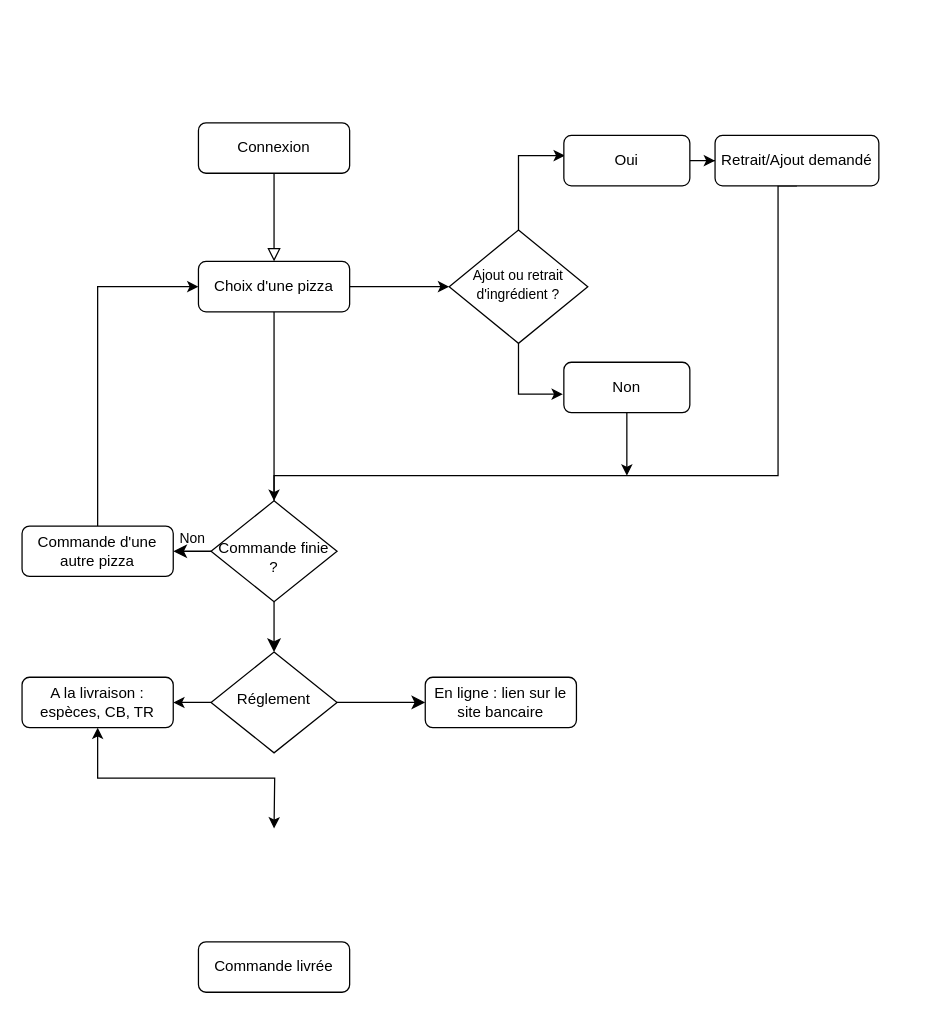
The draw.io diagram Untitled Diagram.drawio in OMorlotti/P4-analyser-les-besoin-de-mon-client-pour-son-groupe-de-pizzerias, before the edit. Source tidied: cells renumbered, new cells numbered last; positions are measured from the earlier drawing's top-left corner, leaving out a move shared by most shapes. Both pictures are drawn from the tidied source at 126%, with x=0, y=0 at pixel (21, 122).
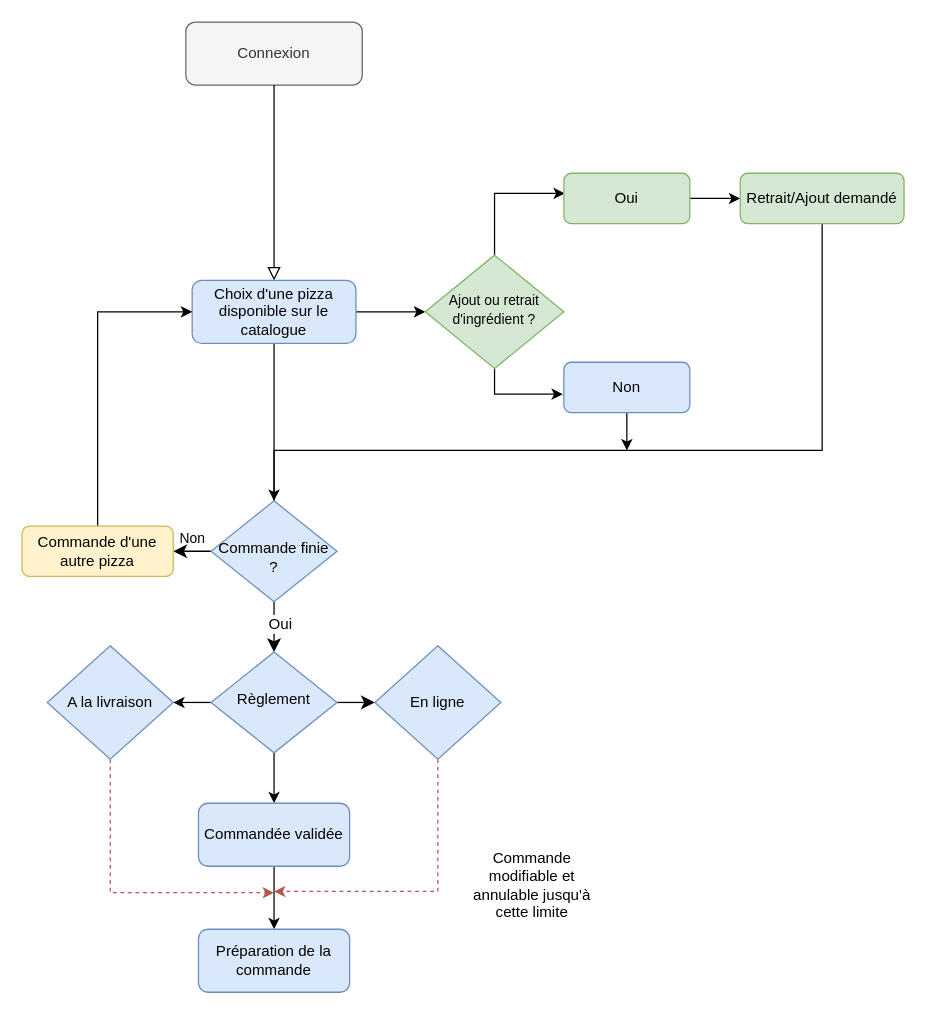
After the change.

Unchanged cells that the change refers to:
```xml
<mxCell id="5" style="rounded=0;html=1;jettySize=auto;fontSize=11;endArrow=classic;endFill=1;endSize=8;strokeWidth=1;shadow=0;labelBackgroundColor=none;edgeStyle=orthogonalEdgeStyle;" parent="1" edge="1" source="7" target="12">
  <mxGeometry y="20" relative="1" as="geometry" />
</mxCell>
```

What changed in the source:
```diff
@@
-    <mxCell id="4" value="Choix d'une pizza" style="rounded=1;whiteSpace=wrap;html=1;fontSize=12;glass=0;strokeWidth=1;shadow=0;" parent="1" vertex="1">
-      <mxGeometry x="140" y="110" width="120" height="40" as="geometry" />
+    <mxCell id="4" value="Choix d'une pizza disponible sur le catalogue" style="rounded=1;whiteSpace=wrap;html=1;fontSize=12;glass=0;strokeWidth=1;shadow=0;fillColor=#dae8fc;strokeColor=#6c8ebf;" parent="1" vertex="1">
+      <mxGeometry x="135" y="125" width="130" height="50" as="geometry" />
     </mxCell>
@@
+    <mxCell id="28" value="Oui&lt;br&gt;" style="text;html=1;align=center;verticalAlign=middle;labelBackgroundColor=#ffffff;" parent="5" vertex="1">
+      <mxGeometry x="-0.15" y="4" relative="1" as="geometry" />
+    </mxCell>
@@
-    <mxCell id="7" value="&lt;br&gt;Commande finie ?" style="rhombus;whiteSpace=wrap;html=1;shadow=0;fontFamily=Helvetica;fontSize=12;align=center;strokeWidth=1;spacing=6;spacingTop=-4;" parent="1" vertex="1">
+    <mxCell id="7" value="&lt;br&gt;Commande finie ?" style="rhombus;whiteSpace=wrap;html=1;shadow=0;fontFamily=Helvetica;fontSize=12;align=center;strokeWidth=1;spacing=6;spacingTop=-4;fillColor=#dae8fc;strokeColor=#6c8ebf;" parent="1" vertex="1">
       <mxGeometry x="150" y="300" width="100" height="80" as="geometry" />
     </mxCell>
@@
-    <mxCell id="9" value="Commande d'une autre pizza" style="rounded=1;whiteSpace=wrap;html=1;fontSize=12;glass=0;strokeWidth=1;shadow=0;" parent="1" vertex="1">
+    <mxCell id="9" value="Commande d'une autre pizza" style="rounded=1;whiteSpace=wrap;html=1;fontSize=12;glass=0;strokeWidth=1;shadow=0;fillColor=#fff2cc;strokeColor=#d6b656;" parent="1" vertex="1">
       <mxGeometry y="320" width="120" height="40" as="geometry" />
     </mxCell>
-    <mxCell id="10" style="edgeStyle=orthogonalEdgeStyle;rounded=0;html=1;jettySize=auto;fontSize=11;endArrow=classic;endFill=1;endSize=8;strokeWidth=1;shadow=0;labelBackgroundColor=none;" parent="1" edge="1" source="12" target="14">
-      <mxGeometry y="10" relative="1" as="geometry" />
+    <mxCell id="10" style="edgeStyle=orthogonalEdgeStyle;rounded=0;html=1;jettySize=auto;fontSize=11;endArrow=classic;endFill=1;endSize=8;strokeWidth=1;shadow=0;labelBackgroundColor=none;" parent="1" edge="1" source="12">
+      <mxGeometry y="10" relative="1" as="geometry">
+        <mxPoint x="280" y="460" as="targetPoint" />
+      </mxGeometry>
     </mxCell>
-    <mxCell id="11" style="edgeStyle=orthogonalEdgeStyle;rounded=0;jettySize=auto;html=1;entryX=1;entryY=0.5;entryDx=0;entryDy=0;" parent="1" edge="1" source="12" target="24">
-      <mxGeometry relative="1" as="geometry" />
+    <mxCell id="11" style="edgeStyle=orthogonalEdgeStyle;rounded=0;jettySize=auto;html=1;entryX=1;entryY=0.5;entryDx=0;entryDy=0;" parent="1" edge="1" source="12">
+      <mxGeometry relative="1" as="geometry">
+        <mxPoint x="120" y="460" as="targetPoint" />
+      </mxGeometry>
     </mxCell>
+    <mxCell id="29" style="edgeStyle=orthogonalEdgeStyle;rounded=0;jettySize=auto;html=1;" parent="1" edge="1" source="12" target="32">
+      <mxGeometry relative="1" as="geometry" />
+    </mxCell>
-    <mxCell id="12" value="Réglement" style="rhombus;whiteSpace=wrap;html=1;shadow=0;fontFamily=Helvetica;fontSize=12;align=center;strokeWidth=1;spacing=6;spacingTop=-4;" parent="1" vertex="1">
+    <mxCell id="12" value="Règlement" style="rhombus;whiteSpace=wrap;html=1;shadow=0;fontFamily=Helvetica;fontSize=12;align=center;strokeWidth=1;spacing=6;spacingTop=-4;fillColor=#dae8fc;strokeColor=#6c8ebf;" parent="1" vertex="1">
       <mxGeometry x="150" y="420" width="100" height="80" as="geometry" />
     </mxCell>
-    <mxCell id="13" value="Commande livrée" style="rounded=1;whiteSpace=wrap;html=1;fontSize=12;glass=0;strokeWidth=1;shadow=0;" parent="1" vertex="1">
-      <mxGeometry x="140" y="650" width="120" height="40" as="geometry" />
-    </mxCell>
-    <mxCell id="14" value="En ligne : lien sur le site bancaire" style="rounded=1;whiteSpace=wrap;html=1;fontSize=12;glass=0;strokeWidth=1;shadow=0;" parent="1" vertex="1">
-      <mxGeometry x="320" y="440" width="120" height="40" as="geometry" />
-    </mxCell>
-    <mxCell id="15" value="Connexion" style="rounded=1;whiteSpace=wrap;html=1;fontSize=12;glass=0;strokeWidth=1;shadow=0;" parent="1" vertex="1">
-      <mxGeometry x="140" width="120" height="40" as="geometry" />
+    <mxCell id="15" value="Connexion" style="rounded=1;whiteSpace=wrap;html=1;fontSize=12;glass=0;strokeWidth=1;shadow=0;fillColor=#f5f5f5;strokeColor=#666666;fontColor=#333333;" parent="1" vertex="1">
+      <mxGeometry x="130" y="-80" width="140" height="50" as="geometry" />
     </mxCell>
@@
-    <mxCell id="19" value="&lt;font style=&quot;font-size: 11px&quot;&gt;Ajout ou retrait d'ingrédient ?&lt;/font&gt;" style="rhombus;whiteSpace=wrap;html=1;shadow=0;fontFamily=Helvetica;fontSize=12;align=center;strokeWidth=1;spacing=6;spacingTop=-4;" parent="1" vertex="1">
-      <mxGeometry x="339" y="85" width="110" height="90" as="geometry" />
+    <mxCell id="19" value="&lt;font style=&quot;font-size: 11px&quot;&gt;Ajout ou retrait d'ingrédient ?&lt;/font&gt;" style="rhombus;whiteSpace=wrap;html=1;shadow=0;fontFamily=Helvetica;fontSize=12;align=center;strokeWidth=1;spacing=6;spacingTop=-4;fillColor=#d5e8d4;strokeColor=#82b366;" parent="1" vertex="1">
+      <mxGeometry x="320" y="105" width="110" height="90" as="geometry" />
     </mxCell>
@@
     <mxCell id="21" style="edgeStyle=orthogonalEdgeStyle;rounded=0;jettySize=auto;html=1;exitX=0.5;exitY=1;exitDx=0;exitDy=0;entryX=0.5;entryY=0;entryDx=0;entryDy=0;endArrow=classic;endFill=1;" parent="1" edge="1" source="22" target="7">
       <mxGeometry relative="1" as="geometry">
         <Array as="points">
-          <mxPoint x="600" y="50" />
-          <mxPoint x="600" y="280" />
-          <mxPoint x="200" y="280" />
+          <mxPoint x="635" y="260" />
+          <mxPoint x="200" y="260" />
         </Array>
       </mxGeometry>
     </mxCell>
-    <mxCell id="22" value="Retrait/Ajout demandé" style="rounded=1;whiteSpace=wrap;html=1;fontSize=12;glass=0;strokeWidth=1;shadow=0;" parent="1" vertex="1">
-      <mxGeometry x="550" y="10" width="130" height="40" as="geometry" />
+    <mxCell id="22" value="Retrait/Ajout demandé" style="rounded=1;whiteSpace=wrap;html=1;fontSize=12;glass=0;strokeWidth=1;shadow=0;fillColor=#d5e8d4;strokeColor=#82b366;" parent="1" vertex="1">
+      <mxGeometry x="570" y="40" width="130" height="40" as="geometry" />
     </mxCell>
-    <mxCell id="23" style="edgeStyle=orthogonalEdgeStyle;rounded=0;jettySize=auto;html=1;exitX=0.5;exitY=1;exitDx=0;exitDy=0;startArrow=classic;startFill=1;endArrow=classic;endFill=1;" parent="1" edge="1" source="24">
-      <mxGeometry relative="1" as="geometry">
-        <mxPoint x="200" y="560" as="targetPoint" />
-      </mxGeometry>
-    </mxCell>
-    <mxCell id="24" value="A la livraison : espèces, CB, TR" style="rounded=1;whiteSpace=wrap;html=1;fontSize=12;glass=0;strokeWidth=1;shadow=0;" parent="1" vertex="1">
-      <mxGeometry y="440" width="120" height="40" as="geometry" />
-    </mxCell>
-    <mxCell id="25" value="Oui" style="rounded=1;whiteSpace=wrap;html=1;" parent="1" vertex="1">
-      <mxGeometry x="430" y="10" width="100" height="40" as="geometry" />
+    <mxCell id="25" value="Oui" style="rounded=1;whiteSpace=wrap;html=1;fillColor=#d5e8d4;strokeColor=#82b366;" parent="1" vertex="1">
+      <mxGeometry x="430" y="40" width="100" height="40" as="geometry" />
     </mxCell>
-    <mxCell id="26" style="edgeStyle=orthogonalEdgeStyle;rounded=0;jettySize=auto;html=1;startArrow=none;startFill=0;endArrow=classic;endFill=1;" parent="1" edge="1" source="27">
-      <mxGeometry relative="1" as="geometry">
-        <mxPoint x="480" y="280" as="targetPoint" />
-      </mxGeometry>
-    </mxCell>
+    <mxCell id="30" style="edgeStyle=orthogonalEdgeStyle;rounded=0;jettySize=auto;html=1;exitX=0.5;exitY=1;exitDx=0;exitDy=0;endArrow=classic;endFill=1;" parent="1" edge="1" source="27">
+      <mxGeometry relative="1" as="geometry">
+        <mxPoint x="480" y="260" as="targetPoint" />
+      </mxGeometry>
+    </mxCell>
-    <mxCell id="27" value="Non" style="rounded=1;whiteSpace=wrap;html=1;" parent="1" vertex="1">
+    <mxCell id="27" value="Non" style="rounded=1;whiteSpace=wrap;html=1;fillColor=#dae8fc;strokeColor=#6c8ebf;" parent="1" vertex="1">
       <mxGeometry x="430" y="190" width="100" height="40" as="geometry" />
     </mxCell>
+    <mxCell id="31" style="edgeStyle=orthogonalEdgeStyle;rounded=0;jettySize=auto;html=1;" parent="1" edge="1" source="32" target="33">
+      <mxGeometry relative="1" as="geometry" />
+    </mxCell>
+    <mxCell id="32" value="Commandée validée" style="rounded=1;whiteSpace=wrap;html=1;direction=north;fillColor=#dae8fc;strokeColor=#6c8ebf;" parent="1" vertex="1">
+      <mxGeometry x="140" y="540" width="120" height="50" as="geometry" />
+    </mxCell>
+    <mxCell id="33" value="Préparation de la commande" style="rounded=1;whiteSpace=wrap;html=1;direction=north;fillColor=#dae8fc;strokeColor=#6c8ebf;" parent="1" vertex="1">
+      <mxGeometry x="140" y="640" width="120" height="50" as="geometry" />
+    </mxCell>
+    <mxCell id="34" style="edgeStyle=orthogonalEdgeStyle;rounded=0;jettySize=auto;html=1;exitX=0.5;exitY=1;exitDx=0;exitDy=0;dashed=1;endArrow=classic;endFill=1;fillColor=#f8cecc;strokeColor=#b85450;" parent="1" edge="1" source="35">
+      <mxGeometry relative="1" as="geometry">
+        <mxPoint x="200" y="611" as="targetPoint" />
+        <Array as="points">
+          <mxPoint x="70" y="611" />
+        </Array>
+      </mxGeometry>
+    </mxCell>
+    <mxCell id="35" value="A la livraison" style="rhombus;whiteSpace=wrap;html=1;fillColor=#dae8fc;strokeColor=#6c8ebf;" parent="1" vertex="1">
+      <mxGeometry x="20" y="415" width="100" height="90" as="geometry" />
+    </mxCell>
+    <mxCell id="36" style="edgeStyle=orthogonalEdgeStyle;rounded=0;jettySize=auto;html=1;dashed=1;endArrow=classic;endFill=1;fillColor=#f8cecc;strokeColor=#b85450;" parent="1" edge="1" source="37">
+      <mxGeometry relative="1" as="geometry">
+        <mxPoint x="200" y="610" as="targetPoint" />
+        <Array as="points">
+          <mxPoint x="330" y="610" />
+        </Array>
+      </mxGeometry>
+    </mxCell>
+    <mxCell id="37" value="En ligne" style="rhombus;whiteSpace=wrap;html=1;fillColor=#dae8fc;strokeColor=#6c8ebf;" parent="1" vertex="1">
+      <mxGeometry x="280" y="415" width="100" height="90" as="geometry" />
+    </mxCell>
+    <mxCell id="38" value="Commande modifiable et annulable jusqu'à cette limite" style="text;html=1;strokeColor=none;fillColor=none;align=center;verticalAlign=middle;whiteSpace=wrap;rounded=0;" parent="1" vertex="1">
+      <mxGeometry x="350" y="580" width="110" height="50" as="geometry" />
+    </mxCell>
```
